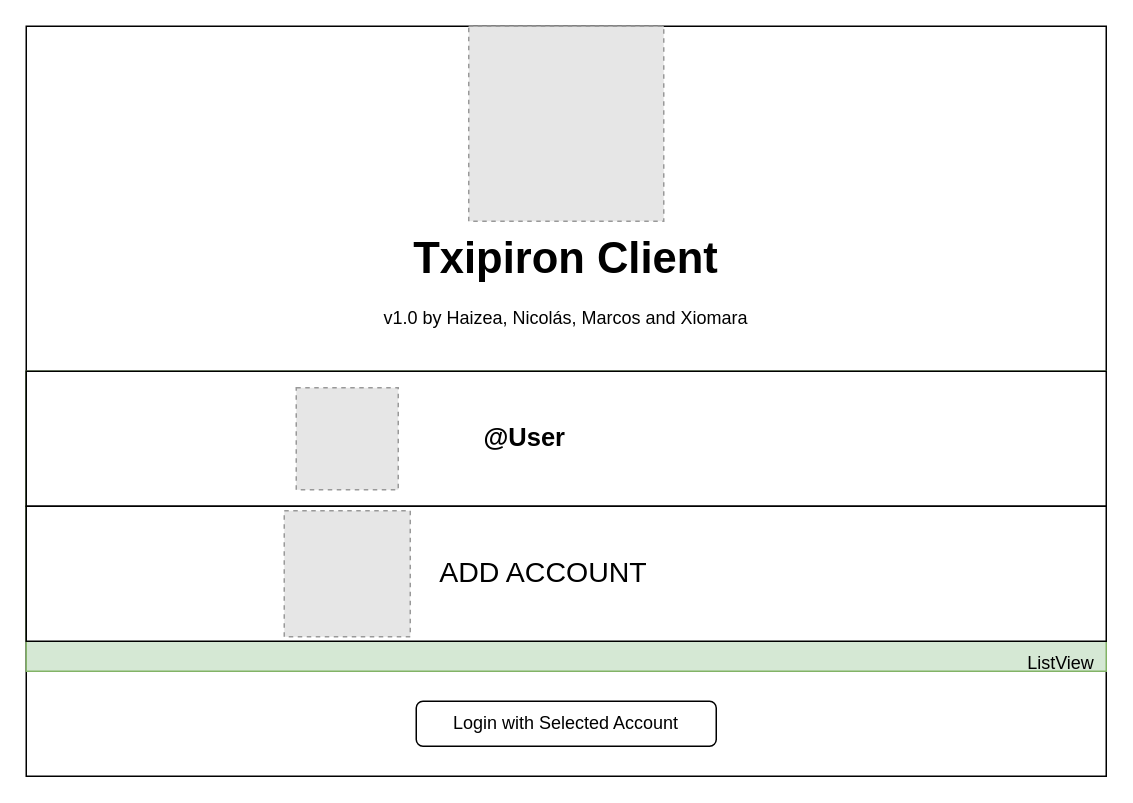
Before: mockup/authWindow.drawio in nicoagr/txipironclient, a draw.io diagram. Source tidied: cells renumbered, new cells numbered last; positions are measured from the earlier drawing's top-left corner, leaving out a move shared by most shapes. Both pictures are drawn from the tidied source at 150%, with x=0, y=0 at pixel (26, 26). Pictures stored in the file or linked from it are replaced by grey dashed boxes.
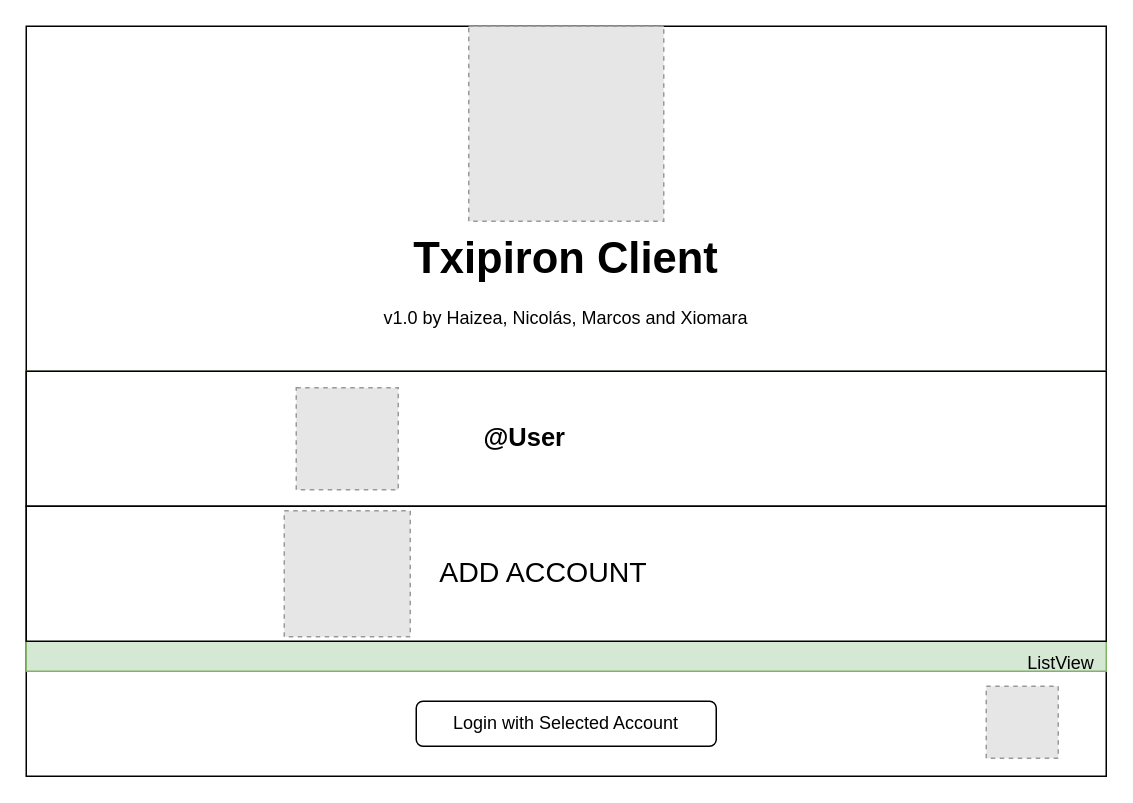
The same page after the edit.

What changed in the source:
```diff
@@
 <mxGraphModel>
   <root>
     <mxCell id="0" />
     <mxCell id="1" parent="0" />
     <mxCell id="2" style="rounded=0;whiteSpace=wrap;html=1;" parent="1" vertex="1">
       <mxGeometry width="720" height="500" as="geometry" />
     </mxCell>
     <mxCell id="3" style="fillColor=#E6E6E6;strokeColor=#999999;dashed=1;verticalLabelPosition=bottom;labelBackgroundColor=default;verticalAlign=top;" parent="1" vertex="1">
       <mxGeometry x="295" width="130" height="130" as="geometry" />
     </mxCell>
     <mxCell id="4" value="&lt;b&gt;&lt;font style=&quot;font-size: 29px;&quot;&gt;Txipiron Client&lt;/font&gt;&lt;/b&gt;" style="text;html=1;strokeColor=none;fillColor=none;align=center;verticalAlign=middle;whiteSpace=wrap;rounded=0;" parent="1" vertex="1">
       <mxGeometry x="225" y="140" width="270" height="30" as="geometry" />
     </mxCell>
     <mxCell id="5" value="v1.0 by Haizea, Nicolás, Marcos and Xiomara" style="text;html=1;strokeColor=none;fillColor=none;align=center;verticalAlign=middle;whiteSpace=wrap;rounded=0;" parent="1" vertex="1">
       <mxGeometry x="210" y="180" width="300" height="30" as="geometry" />
     </mxCell>
     <mxCell id="6" value="Login with Selected Account" style="rounded=1;whiteSpace=wrap;html=1;" parent="1" vertex="1">
       <mxGeometry x="260" y="450" width="200" height="30" as="geometry" />
     </mxCell>
     <mxCell id="7" style="rounded=0;whiteSpace=wrap;html=1;fillColor=#d5e8d4;strokeColor=#82b366;" parent="1" vertex="1">
       <mxGeometry y="230" width="720" height="200" as="geometry" />
     </mxCell>
     <mxCell id="8" value="ListView" style="text;html=1;strokeColor=none;fillColor=none;align=center;verticalAlign=middle;whiteSpace=wrap;rounded=0;" parent="1" vertex="1">
       <mxGeometry x="660" y="410" width="60" height="30" as="geometry" />
     </mxCell>
     <mxCell id="9" style="rounded=0;whiteSpace=wrap;html=1;" parent="1" vertex="1">
       <mxGeometry y="230" width="720" height="90" as="geometry" />
     </mxCell>
     <mxCell id="10" style="fillColor=#E6E6E6;strokeColor=#999999;dashed=1;html=1;verticalAlign=top;verticalLabelPosition=bottom;labelBackgroundColor=#ffffff;" parent="1" vertex="1">
       <mxGeometry x="180" y="241" width="68" height="68" as="geometry" />
     </mxCell>
     <mxCell id="11" value="&lt;b&gt;&lt;font style=&quot;font-size: 17px;&quot;&gt;@User&lt;/font&gt;&lt;/b&gt;" style="text;html=1;strokeColor=none;fillColor=none;align=center;verticalAlign=middle;whiteSpace=wrap;rounded=0;" parent="1" vertex="1">
       <mxGeometry x="290" y="260" width="85" height="30" as="geometry" />
     </mxCell>
     <mxCell id="12" style="rounded=0;whiteSpace=wrap;html=1;" parent="1" vertex="1">
       <mxGeometry y="320" width="720" height="90" as="geometry" />
     </mxCell>
     <mxCell id="13" value="&lt;font style=&quot;font-size: 19px;&quot;&gt;ADD ACCOUNT&lt;/font&gt;" style="text;html=1;strokeColor=none;fillColor=none;align=center;verticalAlign=middle;whiteSpace=wrap;rounded=0;" parent="1" vertex="1">
       <mxGeometry x="265" y="350" width="160" height="30" as="geometry" />
     </mxCell>
     <mxCell id="14" style="fillColor=#E6E6E6;strokeColor=#999999;dashed=1;html=1;verticalAlign=top;verticalLabelPosition=bottom;labelBackgroundColor=#ffffff;" parent="1" vertex="1">
       <mxGeometry x="172" y="323" width="84" height="84" as="geometry" />
     </mxCell>
+    <mxCell id="15" style="fillColor=#E6E6E6;strokeColor=#999999;dashed=1;html=1;verticalAlign=top;verticalLabelPosition=bottom;labelBackgroundColor=#ffffff;" parent="1" vertex="1">
+      <mxGeometry x="640" y="440" width="48" height="48" as="geometry" />
+    </mxCell>
   </root>
 </mxGraphModel>
```
